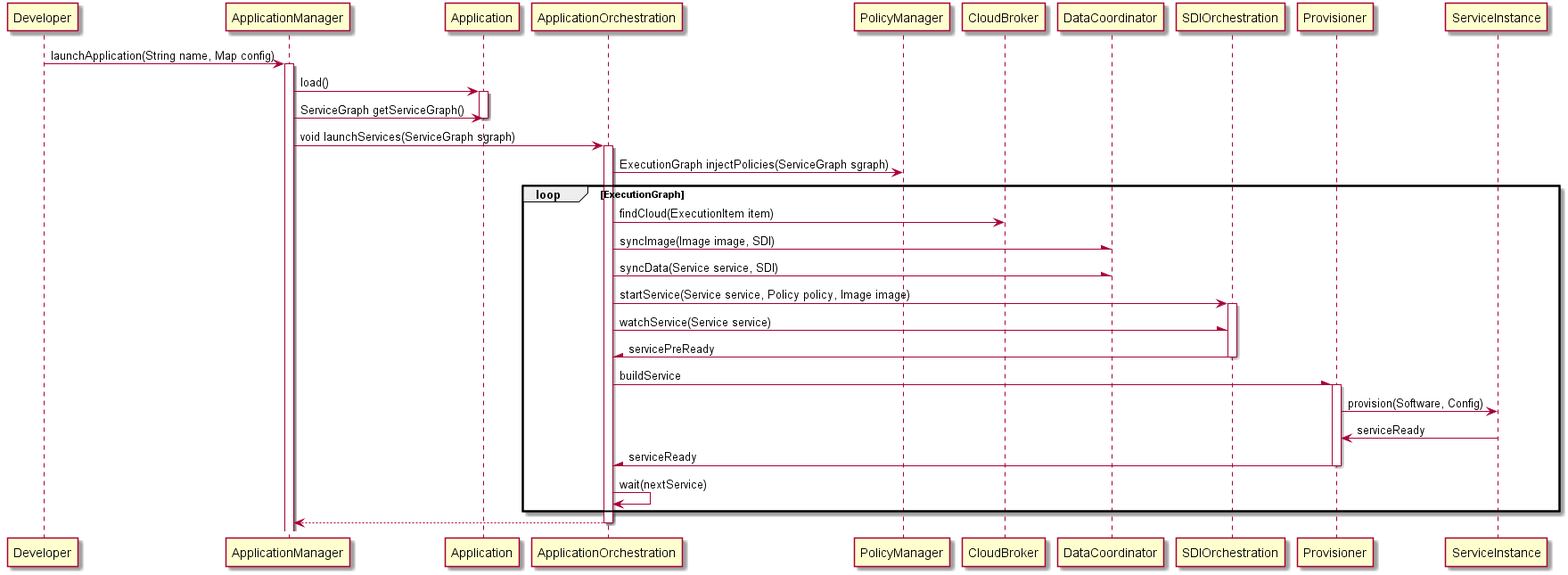
The PlantUML diagram docs/UseCases/Manage-Applications/LaunchApplication.png in CAADE/C3, before a commit.
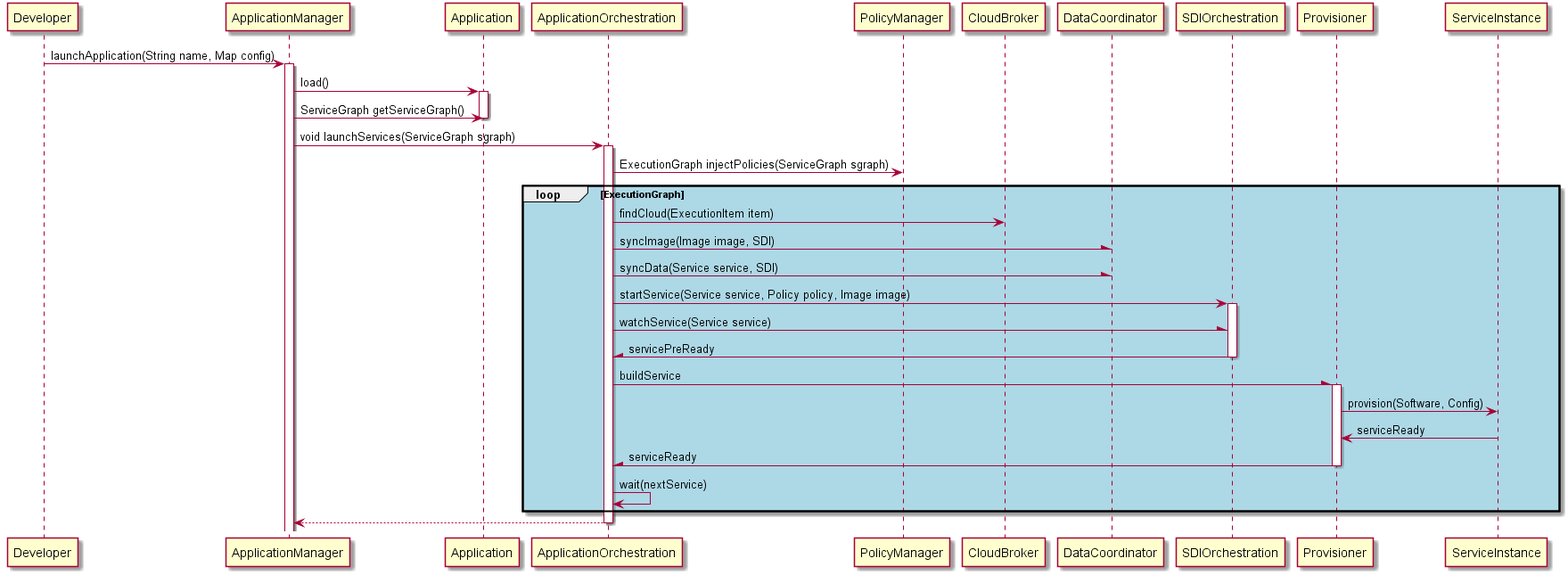
Later version of the same file.

Diff of the diagram source:
```diff
@@ -12,7 +12,7 @@
 activate ApplicationOrchestration
 
 ApplicationOrchestration -> PolicyManager : ExecutionGraph injectPolicies(ServiceGraph sgraph)
-loop ExecutionGraph
+loop #lightblue ExecutionGraph
     ApplicationOrchestration -> CloudBroker : findCloud(ExecutionItem item)
     ApplicationOrchestration -\ DataCoordinator : syncImage(Image image, SDI)
     ApplicationOrchestration -\ DataCoordinator : syncData(Service service, SDI)
```
